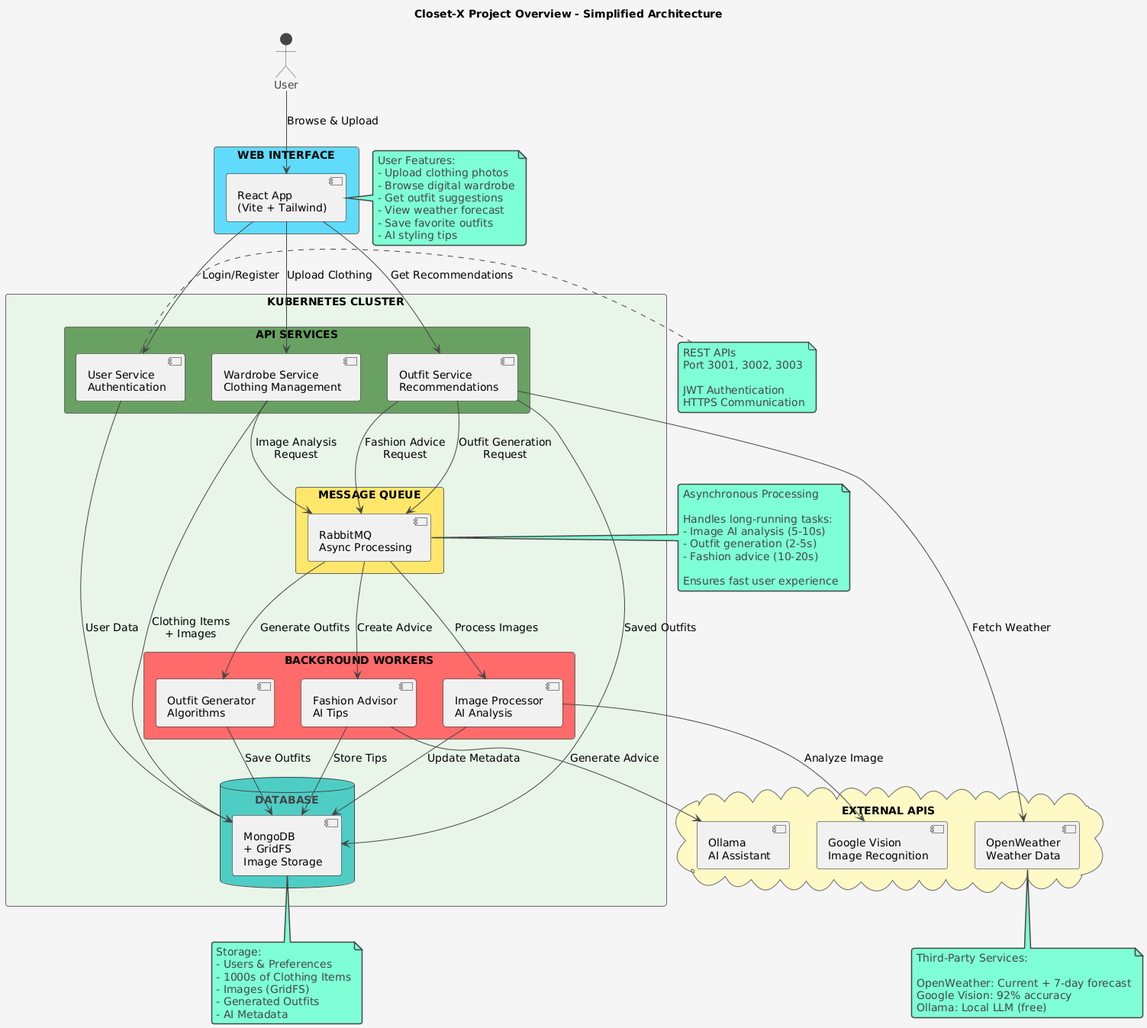
Above: docs/diagrams/project-overview-simple.png in HannaSaffi/Closet-X (PlantUML), before the change.
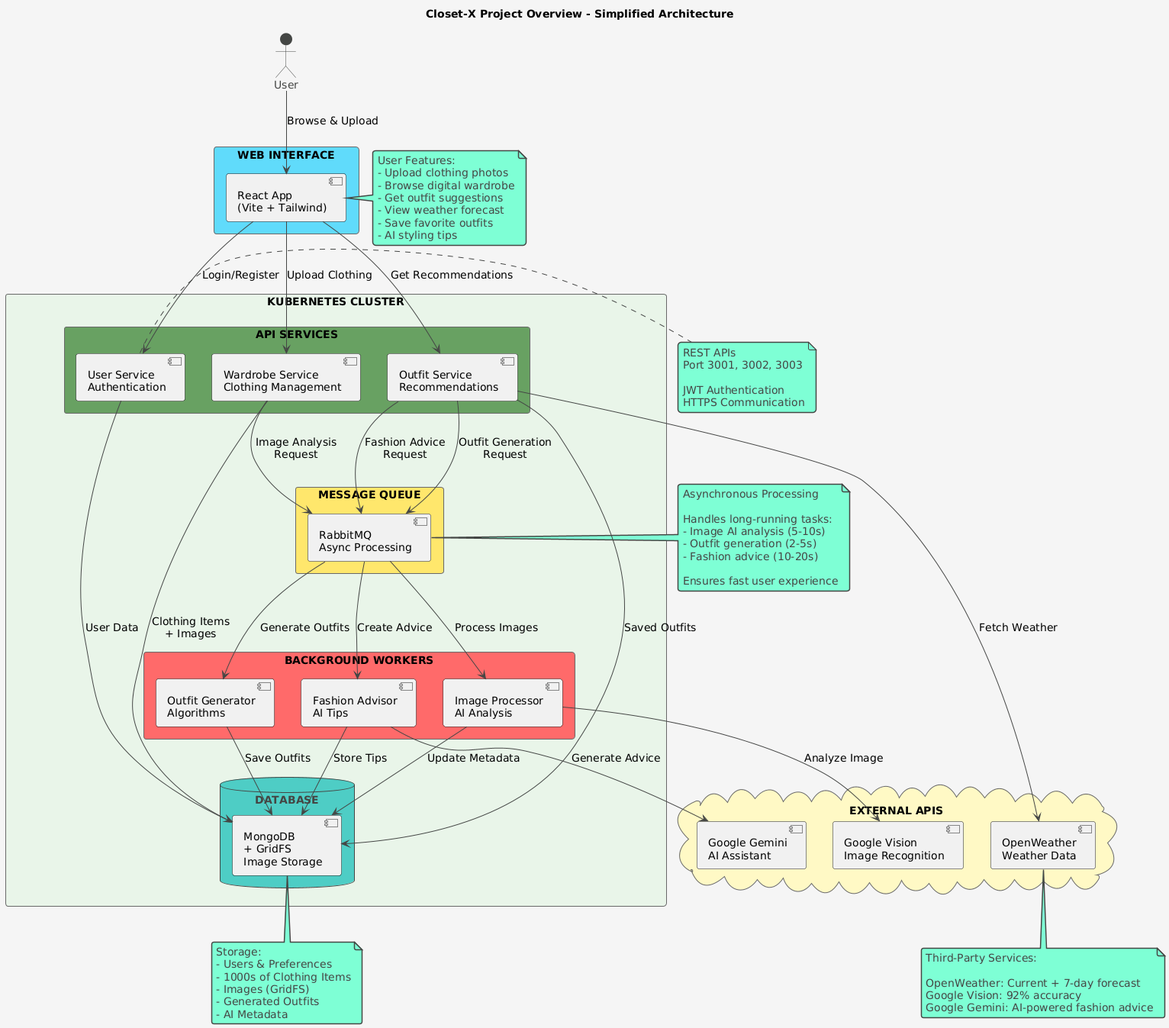
The same file after the commit.

Commit message:
Update project overview diagram - change Ollama to Gemini

What changed in the source:
```diff
@@ -41,7 +41,7 @@
 cloud "EXTERNAL APIS" #FFF9C4 {
   [OpenWeather\nWeather Data] as Weather
   [Google Vision\nImage Recognition] as Vision
-  [Ollama\nAI Assistant] as Ollama
+  [Google Gemini\nAI Assistant] as Gemini
 }
 
 User --> Frontend : Browse & Upload
@@ -68,7 +68,7 @@
 
 OutfitSvc --> Weather : Fetch Weather
 ImageWorker --> Vision : Analyze Image
-FashionWorker --> Ollama : Generate Advice
+FashionWorker --> Gemini : Generate Advice
 
 note right of Frontend
   User Features:
@@ -113,6 +113,6 @@
 
   OpenWeather: Current + 7-day forecast
   Google Vision: 92% accuracy
-  Ollama: Local LLM (free)
+  Google Gemini: AI-powered fashion advice
 end note
 @enduml
```
